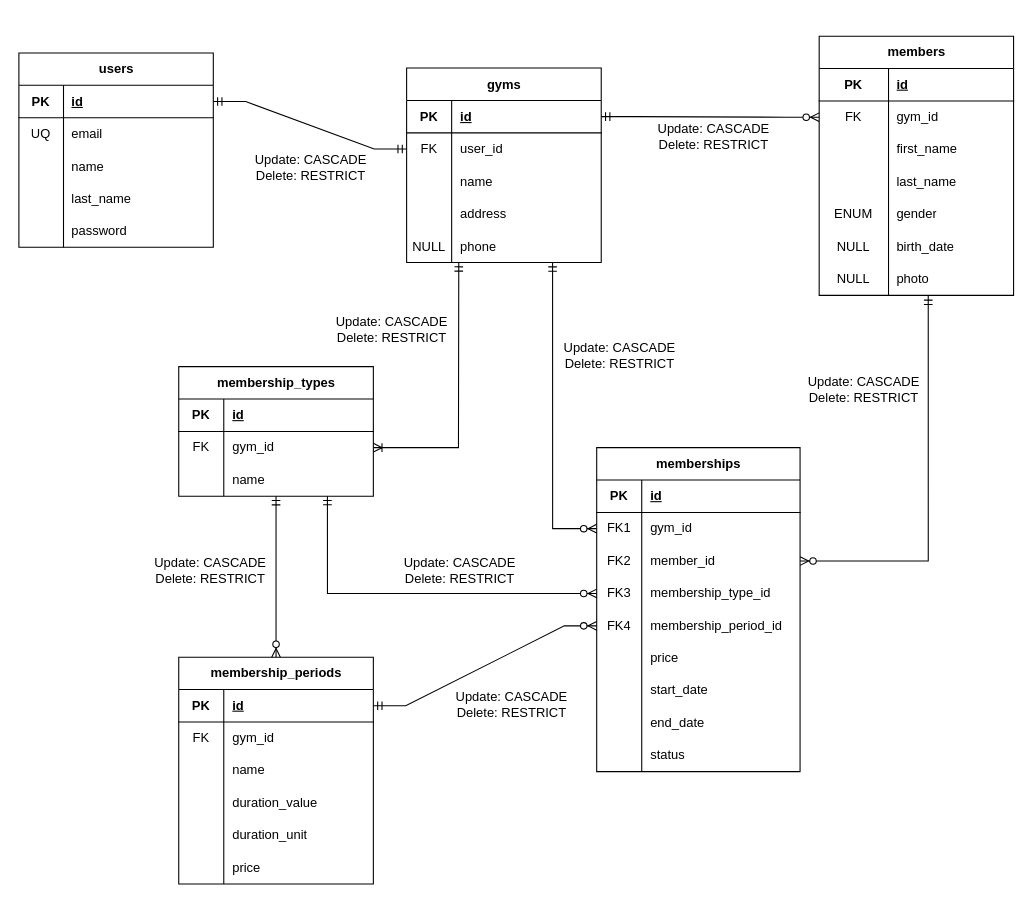
Earlier version of the draw.io diagram docs/logical-design.drawio (hdz-kevin/TecnoGym). Source tidied: cells renumbered, new cells numbered last; positions are measured from the earlier drawing's top-left corner, leaving out a move shared by most shapes. Both pictures are drawn from the tidied source at 108%, with x=0, y=0 at pixel (18, 36).
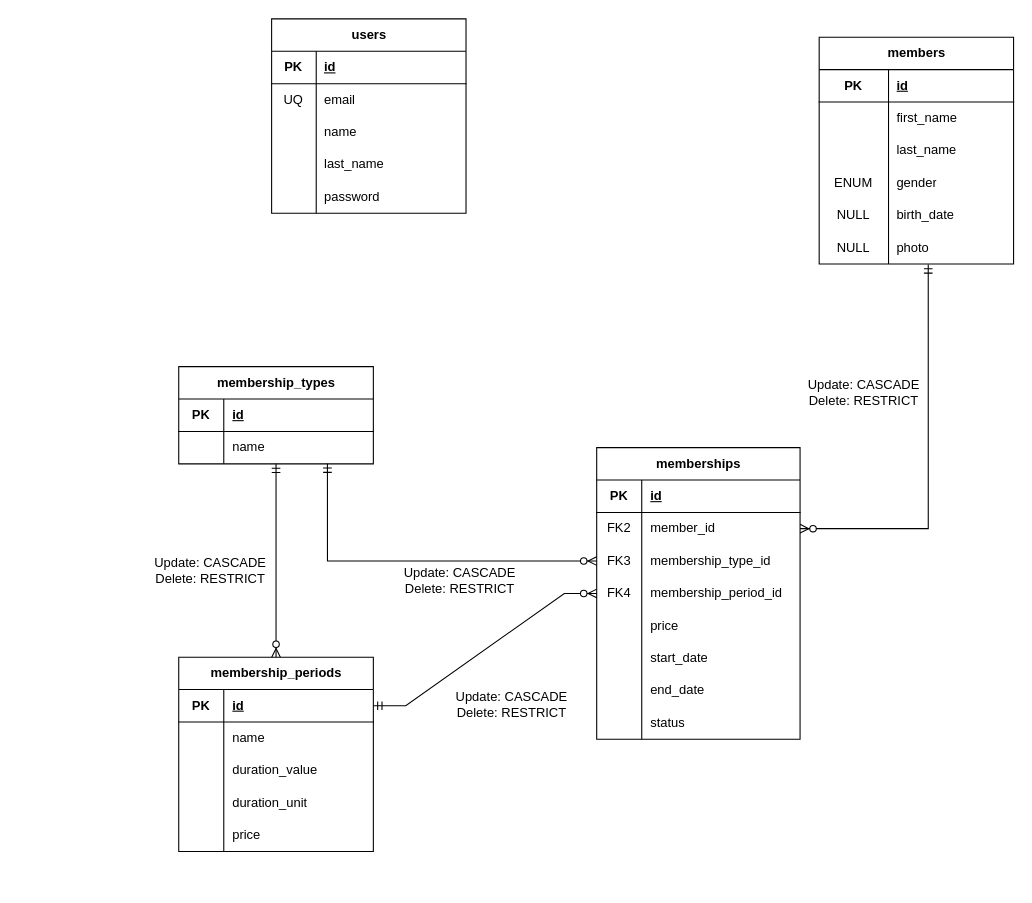
After the change.

Commit message:
update db desig: remove some relationships

The change refers to these unchanged cells:
```xml
<mxCell id="3" style="shape=tableRow;horizontal=0;startSize=0;swimlaneHead=0;swimlaneBody=0;fillColor=none;points=[[0,0.5],[1,0.5]];portConstraint=eastwest;top=0;left=0;right=0;bottom=1;" parent="2" vertex="1">
  <mxGeometry y="30" width="180" height="30" as="geometry" />
</mxCell>
```

Change to the diagram source:
```diff
@@
     <mxCell id="2" value="users" style="shape=table;startSize=30;childLayout=tableLayout;rowLines=0;fontStyle=1;align=center;html=1;" parent="1" vertex="1">
-      <mxGeometry y="15.5" width="180" height="180" as="geometry" />
+      <mxGeometry x="234" y="-16" width="180" height="180" as="geometry" />
     </mxCell>
@@
-    <mxCell id="18" value="gyms" style="shape=table;startSize=30;childLayout=tableLayout;rowLines=0;fontStyle=1;align=center;html=1;" parent="1" vertex="1">
-      <mxGeometry x="359" y="29.5" width="180.2" height="180" as="geometry" />
-    </mxCell>
-    <mxCell id="19" style="shape=tableRow;horizontal=0;startSize=0;swimlaneHead=0;swimlaneBody=0;fillColor=none;points=[[0,0.5],[1,0.5]];portConstraint=eastwest;top=0;left=0;right=0;bottom=1;" parent="18" vertex="1">
-      <mxGeometry y="30" width="180.2" height="30" as="geometry" />
-    </mxCell>
-    <mxCell id="20" value="PK" style="shape=partialRectangle;fillColor=none;top=0;left=0;bottom=0;right=0;fontStyle=1;overflow=hidden;whiteSpace=wrap;html=1;" parent="19" vertex="1">
-      <mxGeometry width="41.7" height="30" as="geometry" />
-    </mxCell>
-    <mxCell id="21" value="id" style="shape=partialRectangle;fillColor=none;top=0;left=0;bottom=0;right=0;align=left;spacingLeft=6;fontStyle=5;overflow=hidden;whiteSpace=wrap;html=1;" parent="19" vertex="1">
-      <mxGeometry x="41.7" width="138.4" height="30" as="geometry" />
-    </mxCell>
-    <mxCell id="22" style="shape=tableRow;horizontal=0;startSize=0;swimlaneHead=0;swimlaneBody=0;fillColor=none;points=[[0,0.5],[1,0.5]];portConstraint=eastwest;top=0;left=0;right=0;bottom=0;" parent="18" vertex="1">
-      <mxGeometry y="60" width="180.2" height="30" as="geometry" />
-    </mxCell>
-    <mxCell id="23" value="FK" style="shape=partialRectangle;fillColor=none;top=0;left=0;bottom=0;right=0;overflow=hidden;whiteSpace=wrap;html=1;" parent="22" vertex="1">
-      <mxGeometry width="41.7" height="30" as="geometry" />
-    </mxCell>
-    <mxCell id="24" value="user_id" style="shape=partialRectangle;fillColor=none;top=0;left=0;bottom=0;right=0;align=left;spacingLeft=6;overflow=hidden;whiteSpace=wrap;html=1;" parent="22" vertex="1">
-      <mxGeometry x="41.7" width="138.4" height="30" as="geometry" />
-    </mxCell>
-    <mxCell id="25" style="shape=tableRow;horizontal=0;startSize=0;swimlaneHead=0;swimlaneBody=0;fillColor=none;top=0;left=0;right=0;bottom=0;" parent="18" vertex="1">
-      <mxGeometry y="90" width="180.2" height="30" as="geometry" />
-    </mxCell>
-    <mxCell id="26" style="shape=partialRectangle;fillColor=none;top=0;left=0;bottom=0;right=0;overflow=hidden;whiteSpace=wrap;html=1;" parent="25" vertex="1">
-      <mxGeometry width="41.7" height="30" as="geometry" />
-    </mxCell>
-    <mxCell id="27" value="name" style="shape=partialRectangle;fillColor=none;top=0;left=0;bottom=0;right=0;align=left;spacingLeft=6;overflow=hidden;whiteSpace=wrap;html=1;" parent="25" vertex="1">
-      <mxGeometry x="41.7" width="138.4" height="30" as="geometry" />
-    </mxCell>
-    <mxCell id="28" style="shape=tableRow;horizontal=0;startSize=0;swimlaneHead=0;swimlaneBody=0;fillColor=none;top=0;left=0;right=0;bottom=0;" parent="18" vertex="1">
-      <mxGeometry y="120" width="180.2" height="30" as="geometry" />
-    </mxCell>
-    <mxCell id="29" style="shape=partialRectangle;fillColor=none;top=0;left=0;bottom=0;right=0;overflow=hidden;whiteSpace=wrap;html=1;" parent="28" vertex="1">
-      <mxGeometry width="41.7" height="30" as="geometry" />
-    </mxCell>
-    <mxCell id="30" value="address" style="shape=partialRectangle;fillColor=none;top=0;left=0;bottom=0;right=0;align=left;spacingLeft=6;overflow=hidden;whiteSpace=wrap;html=1;" parent="28" vertex="1">
-      <mxGeometry x="41.7" width="138.4" height="30" as="geometry" />
-    </mxCell>
-    <mxCell id="31" style="shape=tableRow;horizontal=0;startSize=0;swimlaneHead=0;swimlaneBody=0;fillColor=none;points=[[0,0.5],[1,0.5]];portConstraint=eastwest;top=0;left=0;right=0;bottom=0;" parent="18" vertex="1">
-      <mxGeometry y="150" width="180.2" height="30" as="geometry" />
-    </mxCell>
-    <mxCell id="32" value="NULL" style="shape=partialRectangle;fillColor=none;top=0;left=0;bottom=0;right=0;overflow=hidden;whiteSpace=wrap;html=1;" parent="31" vertex="1">
-      <mxGeometry width="41.7" height="30" as="geometry" />
-    </mxCell>
-    <mxCell id="33" value="phone" style="shape=partialRectangle;fillColor=none;top=0;left=0;bottom=0;right=0;align=left;spacingLeft=6;overflow=hidden;whiteSpace=wrap;html=1;" parent="31" vertex="1">
-      <mxGeometry x="41.7" width="138.4" height="30" as="geometry" />
-    </mxCell>
-    <mxCell id="34" style="fontSize=12;html=1;endArrow=ERmandOne;startArrow=ERmandOne;rounded=0;entryX=0;entryY=0.5;entryDx=0;entryDy=0;exitX=1;exitY=0.5;exitDx=0;exitDy=0;edgeStyle=entityRelationEdgeStyle;elbow=vertical;" parent="1" edge="1" source="3" target="22">
-      <mxGeometry relative="1" as="geometry" />
-    </mxCell>
-    <mxCell id="35" value="Update: CASCADE&lt;div&gt;Delete: RESTRICT&lt;/div&gt;" style="text;html=1;align=center;verticalAlign=middle;strokeColor=none;fillColor=none;" parent="1" vertex="1">
-      <mxGeometry x="209" y="101" width="121" height="41" as="geometry" />
-    </mxCell>
     <mxCell id="36" value="members" style="shape=table;startSize=30;childLayout=tableLayout;rowLines=0;fontStyle=1;align=center;html=1;" parent="1" vertex="1">
-      <mxGeometry x="741" width="180" height="240" as="geometry" />
+      <mxGeometry x="741" y="1" width="180" height="210" as="geometry" />
     </mxCell>
@@
-    <mxCell id="40" style="shape=tableRow;horizontal=0;startSize=0;swimlaneHead=0;swimlaneBody=0;fillColor=none;points=[[0,0.5],[1,0.5]];portConstraint=eastwest;top=0;left=0;right=0;bottom=0;" parent="36" vertex="1">
-      <mxGeometry y="60" width="180" height="30" as="geometry" />
-    </mxCell>
-    <mxCell id="41" value="FK" style="shape=partialRectangle;fillColor=none;top=0;left=0;bottom=0;right=0;overflow=hidden;whiteSpace=wrap;html=1;" parent="40" vertex="1">
-      <mxGeometry width="64.2" height="30" as="geometry" />
-    </mxCell>
-    <mxCell id="42" value="gym_id" style="shape=partialRectangle;fillColor=none;top=0;left=0;bottom=0;right=0;align=left;spacingLeft=6;overflow=hidden;whiteSpace=wrap;html=1;" parent="40" vertex="1">
-      <mxGeometry x="64.2" width="115.8" height="30" as="geometry" />
-    </mxCell>
     <mxCell id="43" style="shape=tableRow;horizontal=0;startSize=0;swimlaneHead=0;swimlaneBody=0;fillColor=none;top=0;left=0;right=0;bottom=0;" parent="36" vertex="1">
-      <mxGeometry y="90" width="180" height="30" as="geometry" />
+      <mxGeometry y="60" width="180" height="30" as="geometry" />
     </mxCell>
@@
     <mxCell id="46" style="shape=tableRow;horizontal=0;startSize=0;swimlaneHead=0;swimlaneBody=0;fillColor=none;top=0;left=0;right=0;bottom=0;" parent="36" vertex="1">
-      <mxGeometry y="120" width="180" height="30" as="geometry" />
+      <mxGeometry y="90" width="180" height="30" as="geometry" />
     </mxCell>
@@
     <mxCell id="49" style="shape=tableRow;horizontal=0;startSize=0;swimlaneHead=0;swimlaneBody=0;fillColor=none;top=0;left=0;right=0;bottom=0;" parent="36" vertex="1">
-      <mxGeometry y="150" width="180" height="30" as="geometry" />
+      <mxGeometry y="120" width="180" height="30" as="geometry" />
     </mxCell>
@@
     <mxCell id="52" style="shape=tableRow;horizontal=0;startSize=0;swimlaneHead=0;swimlaneBody=0;fillColor=none;top=0;left=0;right=0;bottom=0;" parent="36" vertex="1">
-      <mxGeometry y="180" width="180" height="30" as="geometry" />
+      <mxGeometry y="150" width="180" height="30" as="geometry" />
     </mxCell>
@@
     <mxCell id="55" style="shape=tableRow;horizontal=0;startSize=0;swimlaneHead=0;swimlaneBody=0;fillColor=none;points=[[0,0.5],[1,0.5]];portConstraint=eastwest;top=0;left=0;right=0;bottom=0;" parent="36" vertex="1">
-      <mxGeometry y="210" width="180" height="30" as="geometry" />
+      <mxGeometry y="180" width="180" height="30" as="geometry" />
     </mxCell>
@@
-    <mxCell id="58" style="edgeStyle=entityRelationEdgeStyle;fontSize=12;html=1;endArrow=ERzeroToMany;startArrow=ERmandOne;rounded=0;entryX=0;entryY=0.5;entryDx=0;entryDy=0;exitX=1;exitY=0.5;exitDx=0;exitDy=0;" parent="1" edge="1" source="19" target="40">
-      <mxGeometry relative="1" as="geometry" />
-    </mxCell>
-    <mxCell id="59" value="Update: CASCADE&lt;div&gt;Delete: RESTRICT&lt;/div&gt;" style="text;html=1;align=center;verticalAlign=middle;strokeColor=none;fillColor=none;" parent="1" vertex="1">
-      <mxGeometry x="582.6" y="72" width="121" height="41" as="geometry" />
-    </mxCell>
     <mxCell id="60" value="membership_types" style="shape=table;startSize=30;childLayout=tableLayout;rowLines=0;fontStyle=1;align=center;html=1;" parent="1" vertex="1">
-      <mxGeometry x="148" y="306" width="180.2" height="120" as="geometry" />
+      <mxGeometry x="148" y="306" width="180.2" height="90" as="geometry" />
     </mxCell>
@@
-    <mxCell id="64" style="shape=tableRow;horizontal=0;startSize=0;swimlaneHead=0;swimlaneBody=0;fillColor=none;points=[[0,0.5],[1,0.5]];portConstraint=eastwest;top=0;left=0;right=0;bottom=0;" parent="60" vertex="1">
-      <mxGeometry y="60" width="180.2" height="30" as="geometry" />
-    </mxCell>
-    <mxCell id="65" value="FK" style="shape=partialRectangle;fillColor=none;top=0;left=0;bottom=0;right=0;overflow=hidden;whiteSpace=wrap;html=1;" parent="64" vertex="1">
-      <mxGeometry width="41.7" height="30" as="geometry" />
-    </mxCell>
-    <mxCell id="66" value="gym_id" style="shape=partialRectangle;fillColor=none;top=0;left=0;bottom=0;right=0;align=left;spacingLeft=6;overflow=hidden;whiteSpace=wrap;html=1;" parent="64" vertex="1">
-      <mxGeometry x="41.7" width="138.4" height="30" as="geometry" />
-    </mxCell>
     <mxCell id="67" style="shape=tableRow;horizontal=0;startSize=0;swimlaneHead=0;swimlaneBody=0;fillColor=none;points=[[0,0.5],[1,0.5]];portConstraint=eastwest;top=0;left=0;right=0;bottom=0;" parent="60" vertex="1">
-      <mxGeometry y="90" width="180.2" height="30" as="geometry" />
+      <mxGeometry y="60" width="180.2" height="30" as="geometry" />
     </mxCell>
@@
     <mxCell id="70" value="membership_periods" style="shape=table;startSize=30;childLayout=tableLayout;rowLines=0;fontStyle=1;align=center;html=1;" parent="1" vertex="1">
-      <mxGeometry x="148" y="575" width="180.2" height="210" as="geometry" />
+      <mxGeometry x="148" y="575" width="180.2" height="180" as="geometry" />
     </mxCell>
@@
-    <mxCell id="74" style="shape=tableRow;horizontal=0;startSize=0;swimlaneHead=0;swimlaneBody=0;fillColor=none;top=0;left=0;right=0;bottom=0;" parent="70" vertex="1">
-      <mxGeometry y="60" width="180.2" height="30" as="geometry" />
-    </mxCell>
-    <mxCell id="75" value="FK" style="shape=partialRectangle;fillColor=none;top=0;left=0;bottom=0;right=0;overflow=hidden;whiteSpace=wrap;html=1;" parent="74" vertex="1">
-      <mxGeometry width="41.7" height="30" as="geometry" />
-    </mxCell>
-    <mxCell id="76" value="gym_id" style="shape=partialRectangle;fillColor=none;top=0;left=0;bottom=0;right=0;align=left;spacingLeft=6;overflow=hidden;whiteSpace=wrap;html=1;" parent="74" vertex="1">
-      <mxGeometry x="41.7" width="138.4" height="30" as="geometry" />
-    </mxCell>
     <mxCell id="77" style="shape=tableRow;horizontal=0;startSize=0;swimlaneHead=0;swimlaneBody=0;fillColor=none;top=0;left=0;right=0;bottom=0;" parent="70" vertex="1">
-      <mxGeometry y="90" width="180.2" height="30" as="geometry" />
+      <mxGeometry y="60" width="180.2" height="30" as="geometry" />
     </mxCell>
@@
     <mxCell id="80" style="shape=tableRow;horizontal=0;startSize=0;swimlaneHead=0;swimlaneBody=0;fillColor=none;top=0;left=0;right=0;bottom=0;" parent="70" vertex="1">
-      <mxGeometry y="120" width="180.2" height="30" as="geometry" />
+      <mxGeometry y="90" width="180.2" height="30" as="geometry" />
     </mxCell>
@@
     <mxCell id="83" style="shape=tableRow;horizontal=0;startSize=0;swimlaneHead=0;swimlaneBody=0;fillColor=none;top=0;left=0;right=0;bottom=0;" parent="70" vertex="1">
-      <mxGeometry y="150" width="180.2" height="30" as="geometry" />
+      <mxGeometry y="120" width="180.2" height="30" as="geometry" />
     </mxCell>
@@
     <mxCell id="86" style="shape=tableRow;horizontal=0;startSize=0;swimlaneHead=0;swimlaneBody=0;fillColor=none;top=0;left=0;right=0;bottom=0;" parent="70" vertex="1">
-      <mxGeometry y="180" width="180.2" height="30" as="geometry" />
+      <mxGeometry y="150" width="180.2" height="30" as="geometry" />
     </mxCell>
@@
     <mxCell id="90" value="memberships" style="shape=table;startSize=30;childLayout=tableLayout;rowLines=0;fontStyle=1;align=center;html=1;" parent="1" vertex="1">
-      <mxGeometry x="535" y="381" width="188.3" height="300" as="geometry" />
+      <mxGeometry x="535" y="381" width="188.3" height="270" as="geometry" />
     </mxCell>
@@
-    <mxCell id="94" style="shape=tableRow;horizontal=0;startSize=0;swimlaneHead=0;swimlaneBody=0;fillColor=none;points=[[0,0.5],[1,0.5]];portConstraint=eastwest;top=0;left=0;right=0;bottom=0;" parent="90" vertex="1">
-      <mxGeometry y="60" width="188.3" height="30" as="geometry" />
-    </mxCell>
-    <mxCell id="95" value="FK1" style="shape=partialRectangle;fillColor=none;top=0;left=0;bottom=0;right=0;overflow=hidden;whiteSpace=wrap;html=1;" parent="94" vertex="1">
-      <mxGeometry width="41.7" height="30" as="geometry" />
-    </mxCell>
-    <mxCell id="96" value="gym_id" style="shape=partialRectangle;fillColor=none;top=0;left=0;bottom=0;right=0;align=left;spacingLeft=6;overflow=hidden;whiteSpace=wrap;html=1;" parent="94" vertex="1">
-      <mxGeometry x="41.7" width="146.5" height="30" as="geometry" />
-    </mxCell>
     <mxCell id="97" style="shape=tableRow;horizontal=0;startSize=0;swimlaneHead=0;swimlaneBody=0;fillColor=none;points=[[0,0.5],[1,0.5]];portConstraint=eastwest;top=0;left=0;right=0;bottom=0;" parent="90" vertex="1">
-      <mxGeometry y="90" width="188.3" height="30" as="geometry" />
+      <mxGeometry y="60" width="188.3" height="30" as="geometry" />
     </mxCell>
@@
     <mxCell id="100" style="shape=tableRow;horizontal=0;startSize=0;swimlaneHead=0;swimlaneBody=0;fillColor=none;points=[[0,0.5],[1,0.5]];portConstraint=eastwest;top=0;left=0;right=0;bottom=0;" parent="90" vertex="1">
-      <mxGeometry y="120" width="188.3" height="30" as="geometry" />
+      <mxGeometry y="90" width="188.3" height="30" as="geometry" />
     </mxCell>
@@
     <mxCell id="103" style="shape=tableRow;horizontal=0;startSize=0;swimlaneHead=0;swimlaneBody=0;fillColor=none;points=[[0,0.5],[1,0.5]];portConstraint=eastwest;top=0;left=0;right=0;bottom=0;" parent="90" vertex="1">
-      <mxGeometry y="150" width="188.3" height="30" as="geometry" />
+      <mxGeometry y="120" width="188.3" height="30" as="geometry" />
     </mxCell>
@@
     <mxCell id="106" style="shape=tableRow;horizontal=0;startSize=0;swimlaneHead=0;swimlaneBody=0;fillColor=none;top=0;left=0;right=0;bottom=0;" parent="90" vertex="1">
-      <mxGeometry y="180" width="188.3" height="30" as="geometry" />
+      <mxGeometry y="150" width="188.3" height="30" as="geometry" />
     </mxCell>
@@
     <mxCell id="109" style="shape=tableRow;horizontal=0;startSize=0;swimlaneHead=0;swimlaneBody=0;fillColor=none;top=0;left=0;right=0;bottom=0;" parent="90" vertex="1">
-      <mxGeometry y="210" width="188.3" height="30" as="geometry" />
+      <mxGeometry y="180" width="188.3" height="30" as="geometry" />
     </mxCell>
@@
     <mxCell id="112" style="shape=tableRow;horizontal=0;startSize=0;swimlaneHead=0;swimlaneBody=0;fillColor=none;top=0;left=0;right=0;bottom=0;" parent="90" vertex="1">
-      <mxGeometry y="240" width="188.3" height="30" as="geometry" />
+      <mxGeometry y="210" width="188.3" height="30" as="geometry" />
     </mxCell>
@@
     <mxCell id="115" style="shape=tableRow;horizontal=0;startSize=0;swimlaneHead=0;swimlaneBody=0;fillColor=none;top=0;left=0;right=0;bottom=0;" parent="90" vertex="1">
-      <mxGeometry y="270" width="188.3" height="30" as="geometry" />
+      <mxGeometry y="240" width="188.3" height="30" as="geometry" />
     </mxCell>
@@
-    <mxCell id="118" style="edgeStyle=elbowEdgeStyle;fontSize=12;html=1;endArrow=ERoneToMany;startArrow=ERmandOne;rounded=0;entryX=1;entryY=0.5;entryDx=0;entryDy=0;exitX=0.268;exitY=1.002;exitDx=0;exitDy=0;exitPerimeter=0;" parent="1" edge="1" source="31" target="64">
-      <mxGeometry relative="1" as="geometry">
-        <Array as="points">
-          <mxPoint x="407" y="323" />
-        </Array>
-      </mxGeometry>
-    </mxCell>
-    <mxCell id="119" style="edgeStyle=orthogonalEdgeStyle;fontSize=12;html=1;endArrow=ERzeroToMany;startArrow=ERmandOne;rounded=0;entryX=0;entryY=0.5;entryDx=0;entryDy=0;exitX=0.75;exitY=1.003;exitDx=0;exitDy=0;exitPerimeter=0;" parent="1" edge="1" source="31" target="94">
-      <mxGeometry relative="1" as="geometry" />
-    </mxCell>
@@
-    <mxCell id="123" value="Update: CASCADE&lt;div&gt;Delete: RESTRICT&lt;/div&gt;" style="text;html=1;align=center;verticalAlign=middle;strokeColor=none;fillColor=none;" parent="1" vertex="1">
-      <mxGeometry x="284" y="251" width="121" height="41" as="geometry" />
-    </mxCell>
     <mxCell id="124" value="Update: CASCADE&lt;div&gt;Delete: RESTRICT&lt;/div&gt;" style="text;html=1;align=center;verticalAlign=middle;strokeColor=none;fillColor=none;" parent="1" vertex="1">
-      <mxGeometry x="347" y="474" width="121" height="41" as="geometry" />
+      <mxGeometry x="347" y="483" width="121" height="41" as="geometry" />
     </mxCell>
@@
-    <mxCell id="127" value="Update: CASCADE&lt;div&gt;Delete: RESTRICT&lt;/div&gt;" style="text;html=1;align=center;verticalAlign=middle;strokeColor=none;fillColor=none;" parent="1" vertex="1">
-      <mxGeometry x="495" y="275" width="121" height="41" as="geometry" />
-    </mxCell>
     <mxCell id="128" value="Update: CASCADE&lt;div&gt;Delete: RESTRICT&lt;/div&gt;" style="text;html=1;align=center;verticalAlign=middle;strokeColor=none;fillColor=none;" parent="1" vertex="1">
-      <mxGeometry x="721" y="306" width="121" height="41" as="geometry" />
+      <mxGeometry x="721" y="309" width="121" height="41" as="geometry" />
     </mxCell>
```
